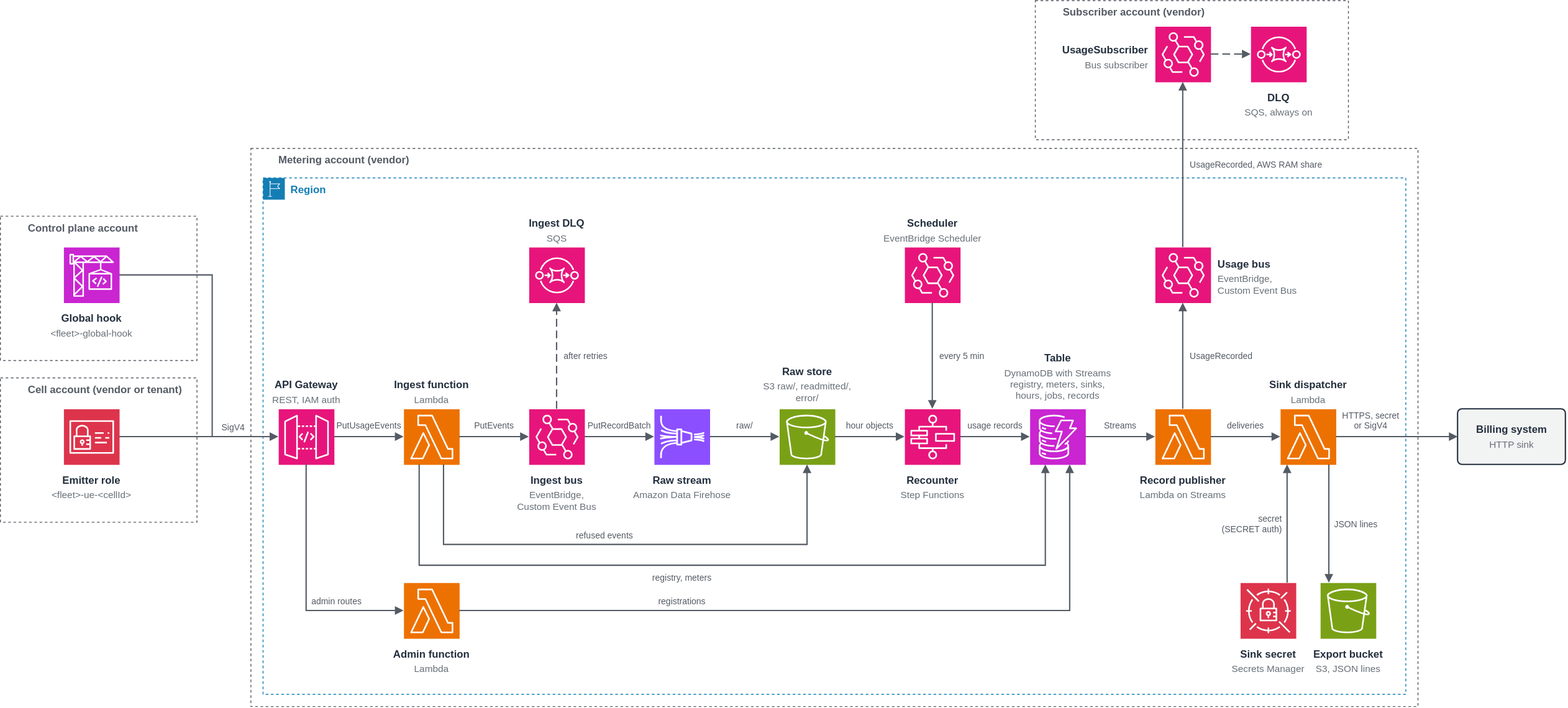
Before: samples/tenant-usage-metering/diagrams/tenant-usage-metering.drawio.svg, a diagram exported from draw.io (aws-samples/sample-agentic-ai-acceleration-patterns). Source tidied: cells renumbered, new cells last; positions are measured from the earlier drawing's top-left corner, leaving out a move shared by most shapes.
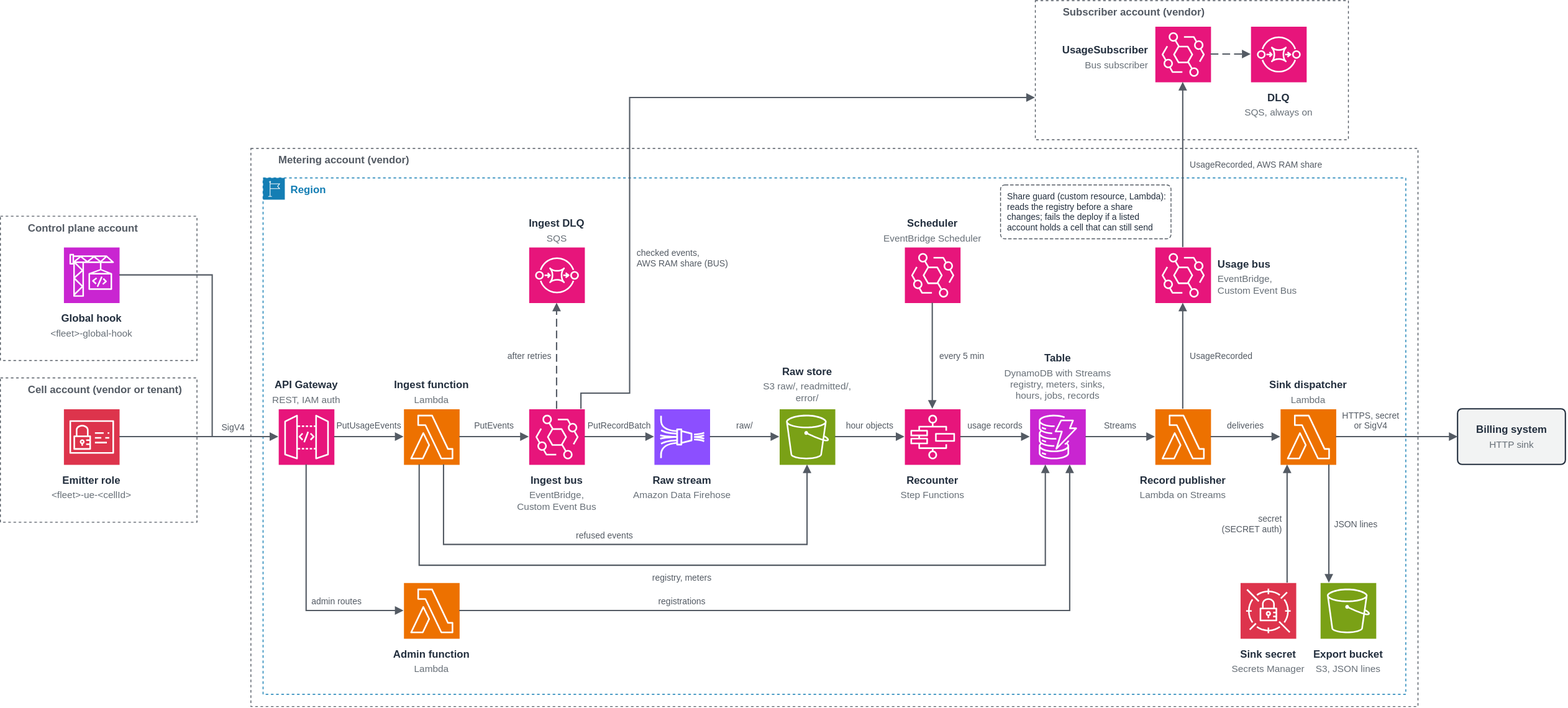
After the commit.

Diff of the diagram source:
```diff
@@ -302,8 +302,8 @@
         <mxPoint x="640" y="348" as="targetPoint" />
       </mxGeometry>
     </mxCell>
-    <mxCell id="89" value="after retries" style="text;html=0;align=left;verticalAlign=middle;fontSize=10;fontStyle=0;fontColor=#545B64;spacing=0;spacingTop=0;" parent="1" vertex="1">
-      <mxGeometry x="648" y="402" width="70" height="14" as="geometry" />
+    <mxCell id="89" value="after retries" style="text;html=0;align=right;verticalAlign=middle;fontSize=10;fontStyle=0;fontColor=#545B64;spacing=0;spacingTop=0;" parent="1" vertex="1">
+      <mxGeometry x="564" y="402" width="70" height="14" as="geometry" />
     </mxCell>
     <mxCell id="90" style="rounded=0;html=0;strokeColor=#545B64;strokeWidth=1.5;endArrow=block;endFill=1;" parent="1" edge="1">
       <mxGeometry relative="1" as="geometry">
@@ -406,5 +406,22 @@
     <mxCell id="108" value="registrations" style="text;html=0;align=center;verticalAlign=bottom;fontSize=10;fontStyle=0;fontColor=#545B64;spacing=0;spacingTop=0;" parent="1" vertex="1">
       <mxGeometry x="744" y="684" width="80" height="14" as="geometry" />
     </mxCell>
+    <mxCell id="109" style="rounded=0;html=0;strokeColor=#545B64;strokeWidth=1.5;endArrow=block;endFill=1;" parent="1" edge="1">
+      <mxGeometry relative="1" as="geometry">
+        <mxPoint x="668" y="470" as="sourcePoint" />
+        <mxPoint x="1190" y="112" as="targetPoint" />
+        <Array as="points">
+          <mxPoint x="668" y="452" />
+          <mxPoint x="724" y="452" />
+          <mxPoint x="724" y="112" />
+        </Array>
+      </mxGeometry>
+    </mxCell>
+    <mxCell id="110" value="checked events,&#10;AWS RAM share (BUS)" style="text;html=0;align=left;verticalAlign=middle;fontSize=10;fontStyle=0;fontColor=#545B64;spacing=0;spacingTop=0;" parent="1" vertex="1">
+      <mxGeometry x="732" y="282" width="120" height="28" as="geometry" />
+    </mxCell>
+    <mxCell id="111" value="Share guard (custom resource, Lambda):&#10;reads the registry before a share&#10;changes; fails the deploy if a listed&#10;account holds a cell that can still send" style="rounded=1;arcSize=8;html=0;align=left;verticalAlign=middle;spacingLeft=6;fontSize=10;fontColor=#232F3E;fillColor=#FFFFFF;strokeColor=#545B64;strokeWidth=1;dashed=1;dashPattern=4 2;" parent="1" vertex="1">
+      <mxGeometry x="1150" y="212" width="196" height="62" as="geometry" />
+    </mxCell>
   </root>
 </mxGraphModel>
```
